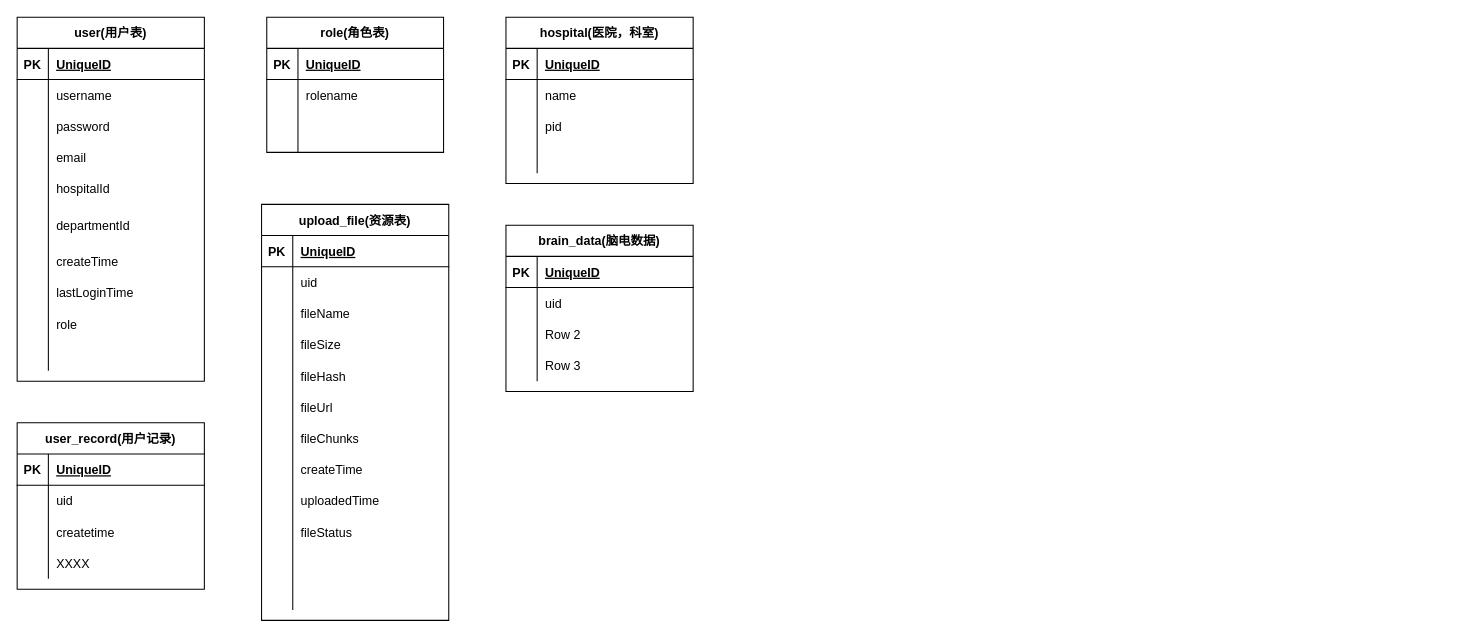
This is save/表设计.drawio from chenweihan/UML, a draw.io file, before an edit. Source tidied: cells renumbered, new cells numbered last; positions are measured from the earlier drawing's top-left corner, leaving out a move shared by most shapes. Both pictures are drawn from the tidied source at 104%, with x=0, y=0 at pixel (17, 17).
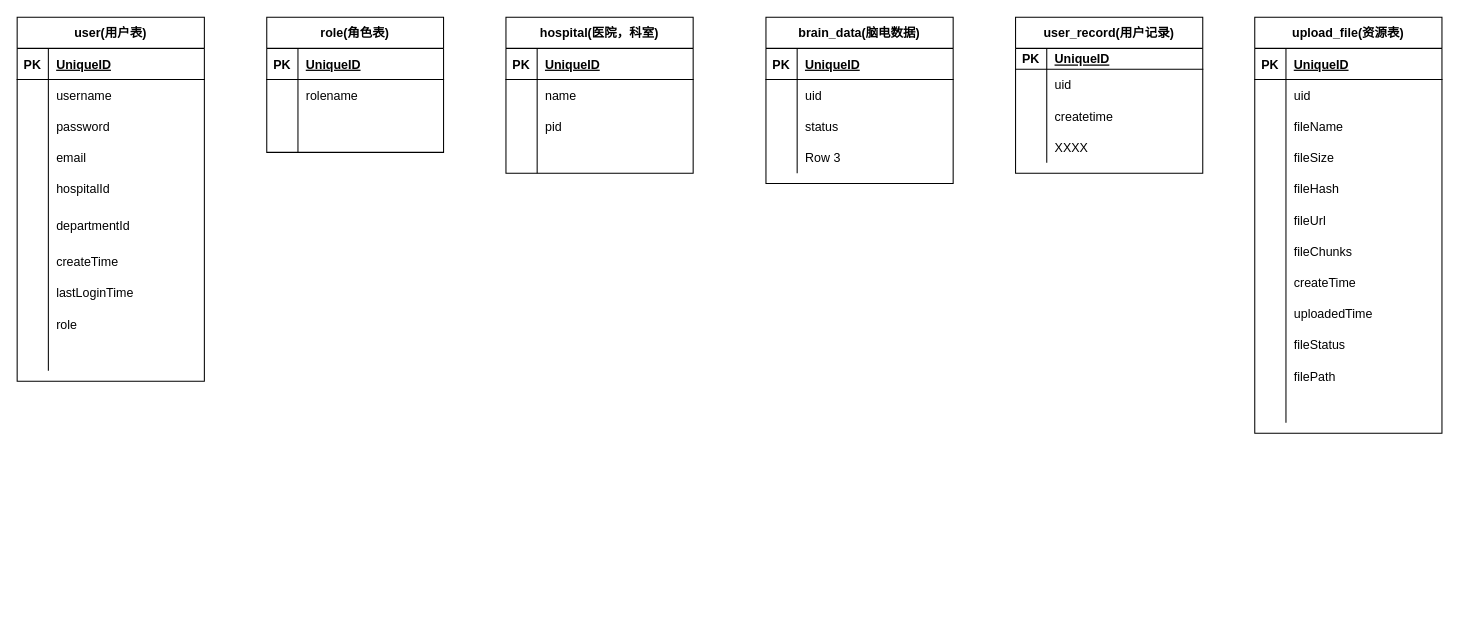
After the change.

Commit message (it also covers changes not shown here):
更新表设计.drawio

Unchanged cells that the change refers to:
```xml
<mxCell id="100" style="shape=partialRectangle;fillColor=none;top=0;left=0;bottom=0;right=0;" parent="69" vertex="1">
  <mxGeometry y="330" width="180" height="30" as="geometry" />
</mxCell>
<mxCell id="113" style="shape=partialRectangle;fillColor=none;top=0;left=0;bottom=0;right=0;" parent="106" vertex="1">
  <mxGeometry y="90" width="180" height="30" as="geometry" />
</mxCell>
```

Change to the diagram source:
```diff
@@
     <mxCell id="43" value="hospital(医院，科室)" style="shape=table;startSize=30;childLayout=tableLayout;rowLines=0;fontStyle=1;align=center;" parent="1" vertex="1">
-      <mxGeometry x="470" width="180" height="160" as="geometry" />
+      <mxGeometry x="470" width="180" height="150" as="geometry" />
     </mxCell>
@@
     <mxCell id="56" value="user_record(用户记录)" style="shape=table;startSize=30;childLayout=tableLayout;rowLines=0;fontStyle=1;align=center;" parent="1" vertex="1">
-      <mxGeometry y="390" width="180" height="160" as="geometry" />
+      <mxGeometry x="960" width="180" height="150" as="geometry" />
     </mxCell>
     <mxCell id="57" style="shape=partialRectangle;fillColor=none;top=0;left=0;bottom=1;right=0;" parent="56" vertex="1">
-      <mxGeometry y="30" width="180" height="30" as="geometry" />
+      <mxGeometry y="30" width="180" height="20" as="geometry" />
     </mxCell>
     <mxCell id="58" value="PK" style="shape=partialRectangle;fillColor=none;top=0;left=0;bottom=0;right=0;fontStyle=1;overflow=hidden;" parent="57" vertex="1">
-      <mxGeometry width="30" height="30" as="geometry" />
+      <mxGeometry width="30" height="20" as="geometry" />
     </mxCell>
     <mxCell id="59" value="UniqueID" style="shape=partialRectangle;fillColor=none;top=0;left=0;bottom=0;right=0;align=left;spacingLeft=6;fontStyle=5;overflow=hidden;" parent="57" vertex="1">
-      <mxGeometry x="30" width="150" height="30" as="geometry" />
+      <mxGeometry x="30" width="150" height="20" as="geometry" />
     </mxCell>
     <mxCell id="60" style="shape=partialRectangle;fillColor=none;top=0;left=0;bottom=0;right=0;" parent="56" vertex="1">
-      <mxGeometry y="60" width="180" height="30" as="geometry" />
+      <mxGeometry y="50" width="180" height="30" as="geometry" />
     </mxCell>
@@
     <mxCell id="63" style="shape=partialRectangle;fillColor=none;top=0;left=0;bottom=0;right=0;" parent="56" vertex="1">
-      <mxGeometry y="90" width="180" height="30" as="geometry" />
+      <mxGeometry y="80" width="180" height="30" as="geometry" />
     </mxCell>
@@
     <mxCell id="66" style="shape=partialRectangle;fillColor=none;top=0;left=0;bottom=0;right=0;" parent="56" vertex="1">
-      <mxGeometry y="120" width="180" height="30" as="geometry" />
+      <mxGeometry y="110" width="180" height="30" as="geometry" />
     </mxCell>
@@
     <mxCell id="69" value="upload_file(资源表)" style="shape=table;startSize=30;childLayout=tableLayout;rowLines=0;fontStyle=1;align=center;" parent="1" vertex="1">
-      <mxGeometry x="235" y="180" width="180" height="400" as="geometry" />
+      <mxGeometry x="1190" width="180" height="400" as="geometry" />
     </mxCell>
@@
-    <mxCell id="102" style="shape=partialRectangle;fillColor=none;top=0;left=0;bottom=0;right=0;align=left;spacingLeft=6;overflow=hidden;" parent="100" vertex="1">
+    <mxCell id="102" value="filePath" style="shape=partialRectangle;fillColor=none;top=0;left=0;bottom=0;right=0;align=left;spacingLeft=6;overflow=hidden;" parent="100" vertex="1">
       <mxGeometry x="30" width="150" height="30" as="geometry" />
     </mxCell>
@@
     <mxCell id="106" value="brain_data(脑电数据)" style="shape=table;startSize=30;childLayout=tableLayout;rowLines=0;fontStyle=1;align=center;" parent="1" vertex="1">
-      <mxGeometry x="470" y="200" width="180" height="160" as="geometry" />
+      <mxGeometry x="720" width="180" height="160" as="geometry" />
     </mxCell>
@@
-    <mxCell id="115" value="Row 2" style="shape=partialRectangle;fillColor=none;top=0;left=0;bottom=0;right=0;align=left;spacingLeft=6;overflow=hidden;" parent="113" vertex="1">
+    <mxCell id="115" value="status" style="shape=partialRectangle;fillColor=none;top=0;left=0;bottom=0;right=0;align=left;spacingLeft=6;overflow=hidden;" parent="113" vertex="1">
       <mxGeometry x="30" width="150" height="30" as="geometry" />
     </mxCell>
```
